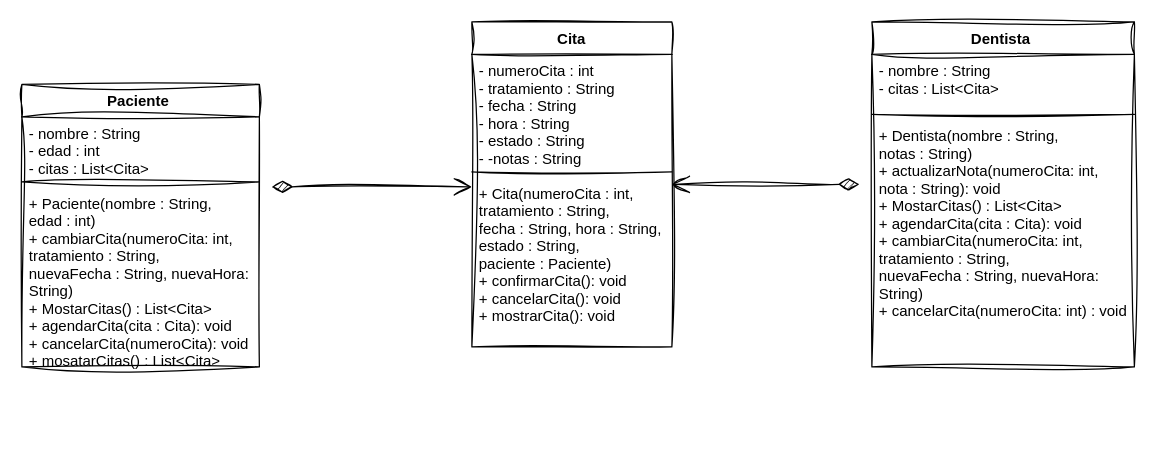
This is situacion2.drawio from Luisflz/SistemaDentista, a draw.io file, before an edit. Source tidied: cells renumbered, new cells numbered last; positions are measured from the earlier drawing's top-left corner, leaving out a move shared by most shapes. Both pictures are drawn from the tidied source at 125%, with x=0, y=0 at pixel (21, 21).
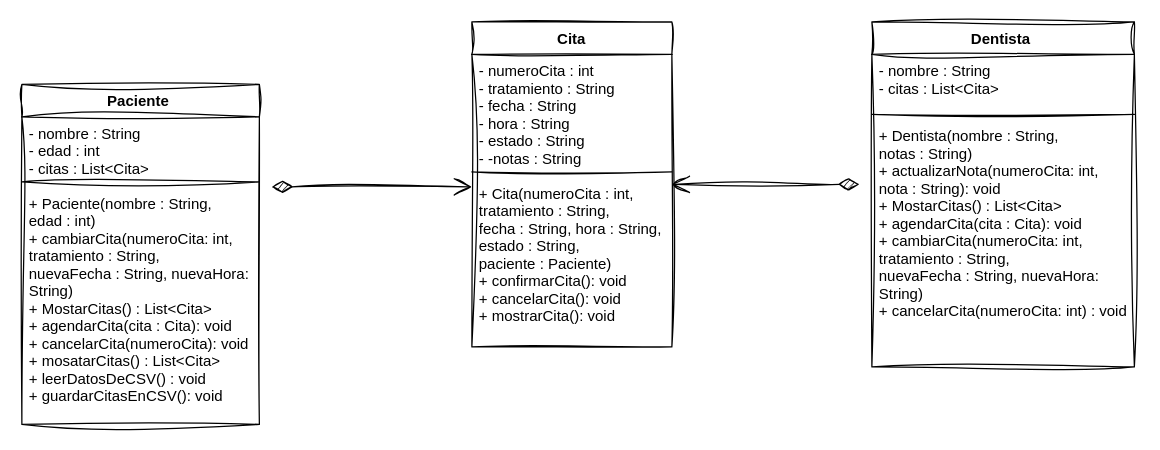
The same diagram, later.

Commit message (it also covers changes not shown here):
Últma modificaion al diagrama y documento pdf

What changed in the source:
```diff
@@
 <mxGraphModel>
   <root>
     <mxCell id="0" />
     <mxCell id="1" parent="0" />
     <mxCell id="2" value="Paciente " style="swimlane;fontStyle=1;align=center;verticalAlign=top;horizontal=1;startSize=26;sketch=1;curveFitting=1;jiggle=2;" parent="1" vertex="1">
-      <mxGeometry y="50" width="190" height="226" as="geometry" />
+      <mxGeometry y="50" width="190" height="272" as="geometry" />
     </mxCell>
     <mxCell id="3" value="- nombre : String&#10;- edad : int &#10;- citas : List&lt;Cita&gt;&#10;" style="text;strokeColor=none;fillColor=none;align=left;verticalAlign=top;spacingLeft=4;spacingRight=4;overflow=hidden;sketch=1;curveFitting=1;jiggle=2;" parent="2" vertex="1">
       <mxGeometry y="26" width="190" height="48" as="geometry" />
     </mxCell>
     <mxCell id="4" style="line;strokeWidth=1;fillColor=none;align=left;verticalAlign=middle;spacingTop=-1;spacingLeft=3;spacingRight=3;labelPosition=right;strokeColor=inherit;sketch=1;curveFitting=1;jiggle=2;" parent="2" vertex="1">
       <mxGeometry y="74" width="190" height="8" as="geometry" />
     </mxCell>
-    <mxCell id="5" value="+ Paciente(nombre : String,&#10;edad : int)&#10;+ cambiarCita(numeroCita: int,&#10;tratamiento : String,   &#10;nuevaFecha : String, nuevaHora: &#10;String)&#10;+ MostarCitas() : List&lt;Cita&gt;&#10;+ agendarCita(cita : Cita): void&#10;+ cancelarCita(numeroCita): void&#10;+ mosatarCitas() : List&lt;Cita&gt;" style="text;strokeColor=none;fillColor=none;align=left;verticalAlign=top;spacingLeft=4;spacingRight=4;overflow=hidden;sketch=1;curveFitting=1;jiggle=2;" parent="2" vertex="1">
-      <mxGeometry y="82" width="190" height="144" as="geometry" />
+    <mxCell id="5" value="+ Paciente(nombre : String,&#10;edad : int)&#10;+ cambiarCita(numeroCita: int,&#10;tratamiento : String,   &#10;nuevaFecha : String, nuevaHora: &#10;String)&#10;+ MostarCitas() : List&lt;Cita&gt;&#10;+ agendarCita(cita : Cita): void&#10;+ cancelarCita(numeroCita): void&#10;+ mosatarCitas() : List&lt;Cita&gt;&#10;+ leerDatosDeCSV() : void&#10;+ guardarCitasEnCSV(): void" style="text;strokeColor=none;fillColor=none;align=left;verticalAlign=top;spacingLeft=4;spacingRight=4;overflow=hidden;sketch=1;curveFitting=1;jiggle=2;" parent="2" vertex="1">
+      <mxGeometry y="82" width="190" height="190" as="geometry" />
     </mxCell>
     <mxCell id="6" value="Dentista " style="swimlane;fontStyle=1;align=center;verticalAlign=top;horizontal=1;startSize=26;sketch=1;curveFitting=1;jiggle=2;" parent="1" vertex="1">
       <mxGeometry x="680" width="210" height="276" as="geometry" />
     </mxCell>
     <mxCell id="7" value="- nombre : String&#10;- citas : List&lt;Cita&gt;" style="text;strokeColor=none;fillColor=none;align=left;verticalAlign=top;spacingLeft=4;spacingRight=4;overflow=hidden;sketch=1;curveFitting=1;jiggle=2;" parent="6" vertex="1">
       <mxGeometry y="26" width="210" height="44" as="geometry" />
     </mxCell>
     <mxCell id="8" style="line;strokeWidth=1;fillColor=none;align=left;verticalAlign=middle;spacingTop=-1;spacingLeft=3;spacingRight=3;labelPosition=right;strokeColor=inherit;sketch=1;curveFitting=1;jiggle=2;" parent="6" vertex="1">
       <mxGeometry y="70" width="210" height="8" as="geometry" />
     </mxCell>
     <mxCell id="9" value="+ Dentista(nombre : String,&#10;notas : String)&#10;+ actualizarNota(numeroCita: int,&#10;nota : String): void&#10;+ MostarCitas() : List&lt;Cita&gt;&#10;+ agendarCita(cita : Cita): void&#10;+ cambiarCita(numeroCita: int,&#10;tratamiento : String,   &#10;nuevaFecha : String, nuevaHora: &#10;String)&#10;+ cancelarCita(numeroCita: int) : void   &#10;&#10;" style="text;strokeColor=none;fillColor=none;align=left;verticalAlign=top;spacingLeft=4;spacingRight=4;overflow=hidden;sketch=1;curveFitting=1;jiggle=2;" parent="6" vertex="1">
       <mxGeometry y="78" width="210" height="198" as="geometry" />
     </mxCell>
     <mxCell id="10" value="Cita" style="swimlane;fontStyle=1;align=center;verticalAlign=top;horizontal=1;startSize=26;sketch=1;curveFitting=1;jiggle=2;" parent="1" vertex="1">
       <mxGeometry x="360" width="160" height="260" as="geometry" />
     </mxCell>
     <mxCell id="11" value="- numeroCita : int&#10;- tratamiento : String&#10;- fecha : String&#10;- hora : String&#10;- estado : String&#10;- -notas : String&#10;" style="text;strokeColor=none;fillColor=none;align=left;verticalAlign=top;spacingLeft=4;spacingRight=4;overflow=hidden;sketch=1;curveFitting=1;jiggle=2;" parent="10" vertex="1">
       <mxGeometry y="26" width="160" height="90" as="geometry" />
     </mxCell>
     <mxCell id="12" style="line;strokeWidth=1;fillColor=none;align=left;verticalAlign=middle;spacingTop=-1;spacingLeft=3;spacingRight=3;labelPosition=right;strokeColor=inherit;sketch=1;curveFitting=1;jiggle=2;" parent="10" vertex="1">
       <mxGeometry y="116" width="160" height="8" as="geometry" />
     </mxCell>
     <mxCell id="13" value="+ Cita(numeroCita : int,&#10;tratamiento : String,&#10;fecha : String, hora : String,&#10;estado : String,&#10;paciente : Paciente)&#10;+ confirmarCita(): void&#10;+ cancelarCita(): void&#10;+ mostrarCita(): void&#10;&#10;" style="text;strokeColor=none;fillColor=none;align=left;verticalAlign=top;spacingLeft=4;spacingRight=4;overflow=hidden;sketch=1;curveFitting=1;jiggle=2;" parent="10" vertex="1">
       <mxGeometry y="124" width="160" height="136" as="geometry" />
     </mxCell>
     <mxCell id="14" style="endArrow=open;html=1;endSize=12;startArrow=diamondThin;startSize=14;startFill=1;edgeStyle=orthogonalEdgeStyle;align=left;verticalAlign=bottom;sketch=1;curveFitting=1;jiggle=2;" parent="1" edge="1">
       <mxGeometry x="-1" y="3" relative="1" as="geometry">
         <mxPoint x="200" y="132" as="sourcePoint" />
         <mxPoint x="360" y="132" as="targetPoint" />
       </mxGeometry>
     </mxCell>
     <mxCell id="15" style="endArrow=open;html=1;endSize=12;startArrow=diamondThin;startSize=14;startFill=1;edgeStyle=orthogonalEdgeStyle;align=left;verticalAlign=bottom;sketch=1;curveFitting=1;jiggle=2;" parent="1" edge="1">
       <mxGeometry x="-1" y="3" relative="1" as="geometry">
         <mxPoint x="670" y="130" as="sourcePoint" />
         <mxPoint x="520" y="130" as="targetPoint" />
       </mxGeometry>
     </mxCell>
   </root>
 </mxGraphModel>
```
